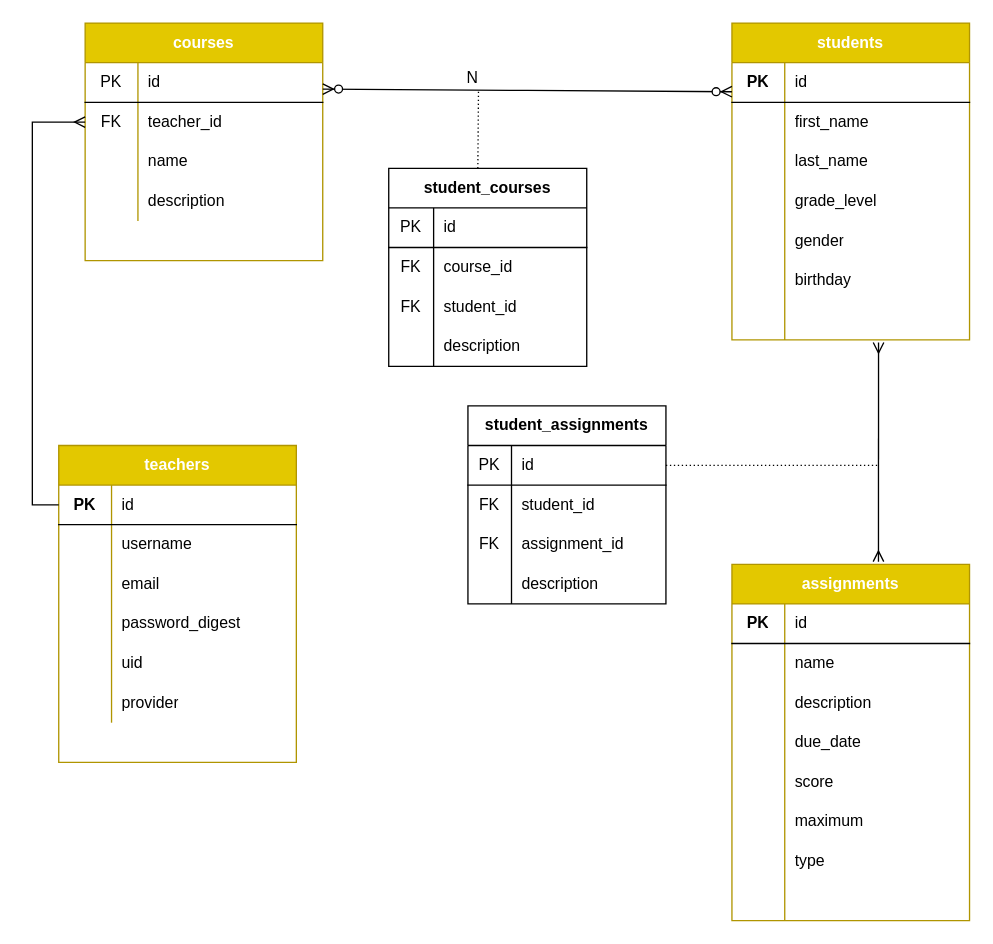
The draw.io diagram post_grade.drawio in haticekaratay/post-grade, before the edit. Source tidied: cells renumbered, new cells numbered last; positions are measured from the earlier drawing's top-left corner, leaving out a move shared by most shapes. Both pictures are drawn from the tidied source at 132%, with x=0, y=0 at pixel (32, 22).
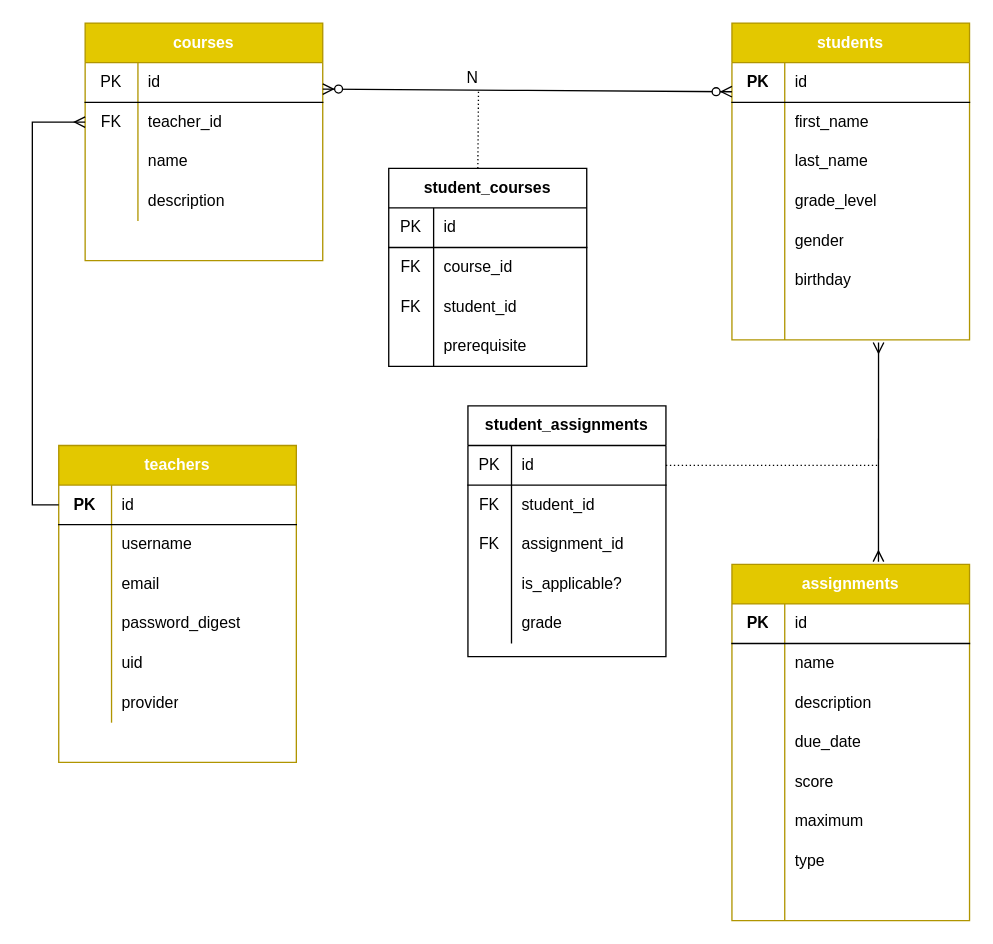
The same page after the edit.

Commit message:
update studentassignment and studentcourses tables

Unchanged cells that the change refers to:
```xml
<mxCell id="66" style="shape=partialRectangle;html=1;whiteSpace=wrap;fillColor=none;top=0;left=0;bottom=0;right=0;" parent="56" vertex="1">
  <mxGeometry y="120" width="150" height="30" as="geometry" />
</mxCell>
```

What changed in the source:
```diff
@@
-    <mxCell id="68" value="description" style="shape=partialRectangle;html=1;whiteSpace=wrap;fillColor=none;top=0;left=0;bottom=0;right=0;align=left;spacingLeft=6;overflow=hidden;" parent="66" vertex="1">
+    <mxCell id="68" value="prerequisite" style="shape=partialRectangle;html=1;whiteSpace=wrap;fillColor=none;top=0;left=0;bottom=0;right=0;align=left;spacingLeft=6;overflow=hidden;" parent="66" vertex="1">
       <mxGeometry x="34" width="116" height="30" as="geometry" />
     </mxCell>
@@
     <mxCell id="94" value="student_assignments" style="shape=table;html=1;whiteSpace=wrap;startSize=30;childLayout=tableLayout;rowLines=0;fontStyle=1;align=center;" parent="1" vertex="1">
-      <mxGeometry x="330" y="290" width="150" height="150" as="geometry" />
+      <mxGeometry x="330" y="290" width="150" height="190" as="geometry" />
     </mxCell>
@@
+    <mxCell id="113" style="shape=partialRectangle;html=1;whiteSpace=wrap;fillColor=none;top=0;left=0;bottom=0;right=0;" parent="94" vertex="1">
+      <mxGeometry y="120" width="150" height="30" as="geometry" />
+    </mxCell>
+    <mxCell id="114" style="shape=partialRectangle;html=1;whiteSpace=wrap;fillColor=none;top=0;left=0;bottom=0;right=0;overflow=hidden;" parent="113" vertex="1">
+      <mxGeometry width="33" height="30" as="geometry" />
+    </mxCell>
+    <mxCell id="115" value="is_applicable?" style="shape=partialRectangle;html=1;whiteSpace=wrap;fillColor=none;top=0;left=0;bottom=0;right=0;align=left;spacingLeft=6;overflow=hidden;" parent="113" vertex="1">
+      <mxGeometry x="33" width="117" height="30" as="geometry" />
+    </mxCell>
     <mxCell id="104" style="shape=partialRectangle;html=1;whiteSpace=wrap;fillColor=none;top=0;left=0;bottom=0;right=0;" parent="94" vertex="1">
-      <mxGeometry y="120" width="150" height="30" as="geometry" />
+      <mxGeometry y="150" width="150" height="30" as="geometry" />
     </mxCell>
@@
-    <mxCell id="106" value="description" style="shape=partialRectangle;html=1;whiteSpace=wrap;fillColor=none;top=0;left=0;bottom=0;right=0;align=left;spacingLeft=6;overflow=hidden;" parent="104" vertex="1">
+    <mxCell id="106" value="grade" style="shape=partialRectangle;html=1;whiteSpace=wrap;fillColor=none;top=0;left=0;bottom=0;right=0;align=left;spacingLeft=6;overflow=hidden;" parent="104" vertex="1">
       <mxGeometry x="33" width="117" height="30" as="geometry" />
     </mxCell>
```
